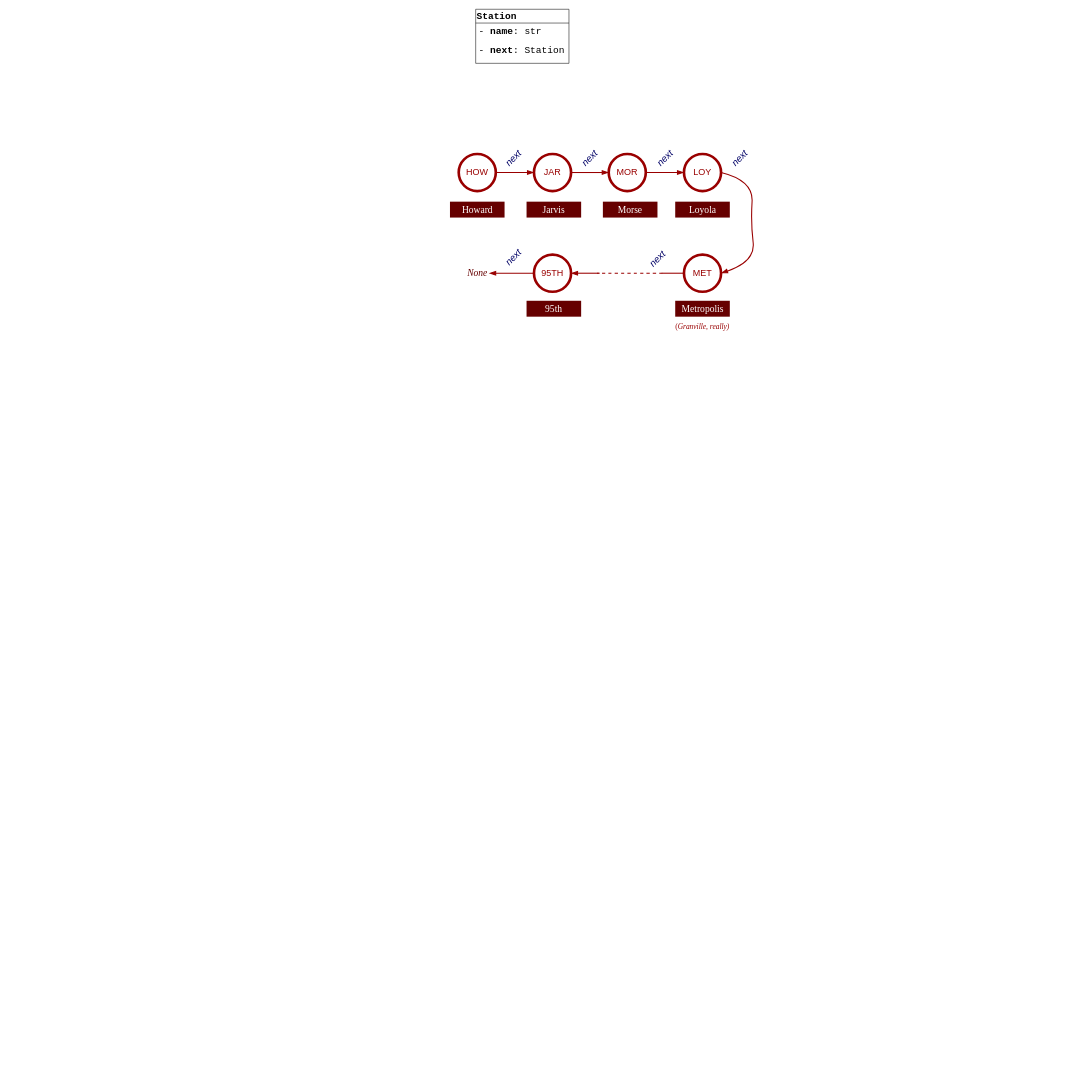
Before: data_structures/red_line_sb.drawio in lgreco/images, a draw.io diagram. Source tidied: cells renumbered, new cells numbered last; positions are measured from the earlier drawing's top-left corner, leaving out a move shared by most shapes. Both pictures are drawn from the tidied source at 53%, with x=0, y=0 at pixel (450, 9).
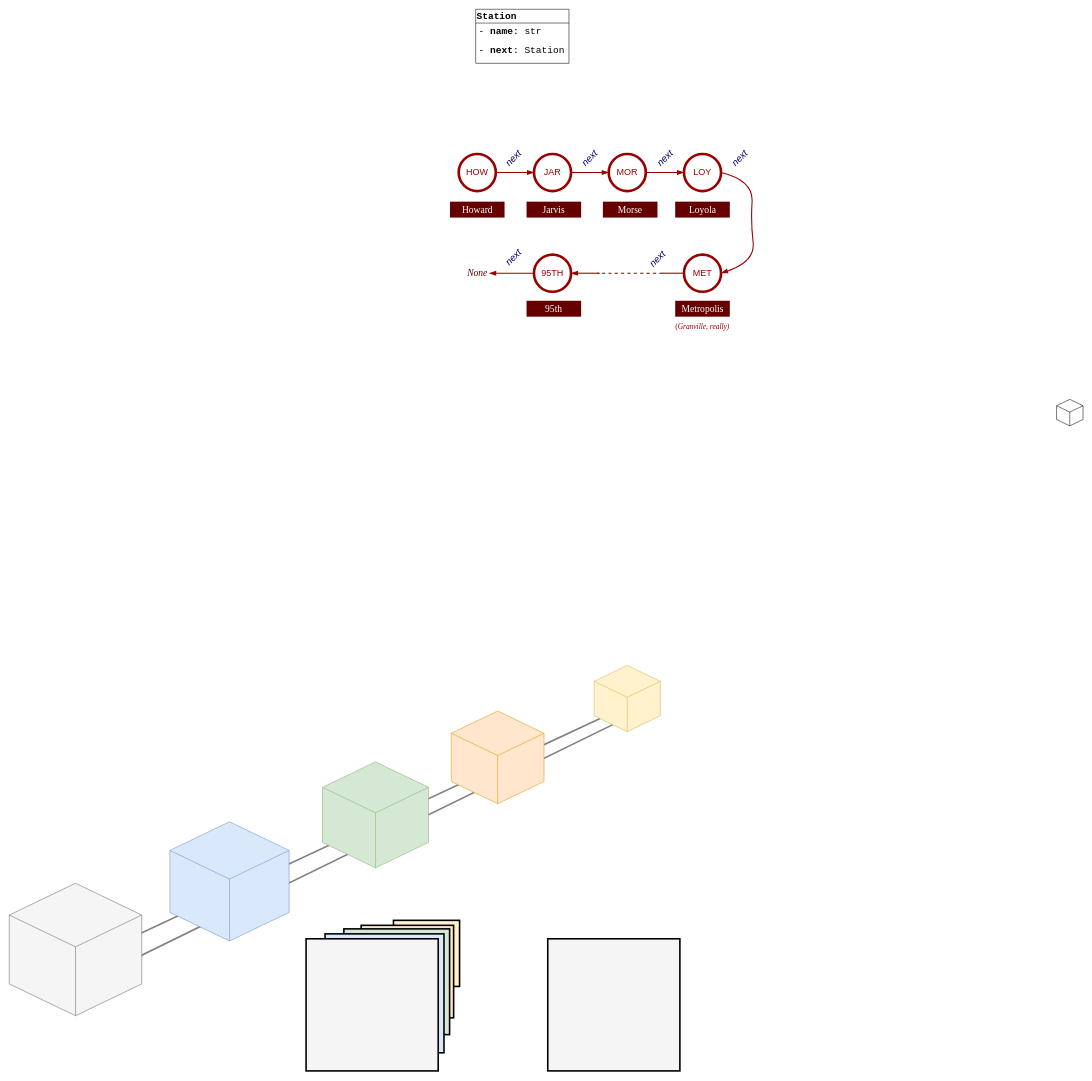
The same diagram, later.

What changed in the source:
```diff
@@
+    <mxCell id="34" style="endArrow=none;html=1;rounded=0;fontSize=12;startSize=8;endSize=8;curved=1;entryX=0.29;entryY=0.89;entryDx=0;entryDy=0;entryPerimeter=0;strokeWidth=3;strokeColor=#808080;exitX=0.29;exitY=0.89;exitDx=0;exitDy=0;exitPerimeter=0;" parent="1" edge="1" source="40" target="37">
+      <mxGeometry relative="1" as="geometry" />
+    </mxCell>
+    <mxCell id="35" style="endArrow=none;html=1;rounded=0;fontSize=12;startSize=8;endSize=8;curved=1;entryX=0.09;entryY=0.8;entryDx=0;entryDy=0;entryPerimeter=0;strokeWidth=3;strokeColor=#808080;exitX=0.09;exitY=0.8;exitDx=0;exitDy=0;exitPerimeter=0;" parent="1" edge="1" source="40" target="37">
+      <mxGeometry relative="1" as="geometry" />
+    </mxCell>
@@
+    <mxCell id="36" style="html=1;shape=mxgraph.basic.isocube;isoAngle=15;flipH=0;legacyAnchorPoints=0;" parent="1" vertex="1">
+      <mxGeometry x="1144" y="736" width="50" height="50" as="geometry" />
+    </mxCell>
+    <mxCell id="37" style="html=1;shape=mxgraph.basic.isocube;isoAngle=15;flipH=0;legacyAnchorPoints=0;points=[[0,0,0,0,36.0118138620174],[0,0,0,0,113.98818613798261],[0,0,0,150,36.0118138620174],[0,0,0,150,113.98818613798261],[0,0.5,0,0,0],[0.09,0.8,0,0,0],[0.29,0.89,0,0,0],[0.5,0,0,0,0],[0.5,1,0,0,0],[1,0.5,0,0,0]];fillColor=#fff2cc;strokeColor=#d6b656;" parent="1" vertex="1">
+      <mxGeometry x="271.5" y="1238" width="125" height="125" as="geometry" />
+    </mxCell>
+    <mxCell id="38" style="html=1;shape=mxgraph.basic.isocube;isoAngle=15;flipH=0;legacyAnchorPoints=0;fillColor=#d5e8d4;strokeColor=#82b366;" parent="1" vertex="1">
+      <mxGeometry x="-241" y="1420" width="200" height="200" as="geometry" />
+    </mxCell>
+    <mxCell id="39" style="html=1;shape=mxgraph.basic.isocube;isoAngle=15;flipH=0;legacyAnchorPoints=0;fillColor=#dae8fc;strokeColor=#6c8ebf;" parent="1" vertex="1">
+      <mxGeometry x="-529" y="1533" width="225" height="225" as="geometry" />
+    </mxCell>
+    <mxCell id="40" style="html=1;shape=mxgraph.basic.isocube;isoAngle=15;flipH=0;legacyAnchorPoints=0;points=[[0,0,0,0,36.0118138620174],[0,0,0,0,113.98818613798261],[0,0,0,150,36.0118138620174],[0,0,0,150,113.98818613798261],[0,0.5,0,0,0],[0.09,0.8,0,0,0],[0.29,0.89,0,0,0],[0.5,0,0,0,0],[0.5,1,0,0,0],[1,0.5,0,0,0]];fillColor=#f5f5f5;fontColor=#333333;strokeColor=#666666;" parent="1" vertex="1">
+      <mxGeometry x="-832" y="1649" width="250" height="250" as="geometry" />
+    </mxCell>
+    <mxCell id="41" style="html=1;shape=mxgraph.basic.isocube;isoAngle=15;flipH=0;legacyAnchorPoints=0;fillColor=#ffe6cc;strokeColor=#d79b00;" parent="1" vertex="1">
+      <mxGeometry x="2" y="1324" width="175" height="175" as="geometry" />
+    </mxCell>
+    <mxCell id="42" style="whiteSpace=wrap;html=1;fillColor=#fff2cc;strokeColor=#000000;strokeWidth=3;" parent="1" vertex="1">
+      <mxGeometry x="-107.1" y="1719" width="124.7" height="124.7" as="geometry" />
+    </mxCell>
+    <mxCell id="43" style="whiteSpace=wrap;html=1;fillColor=#ffe6cc;strokeColor=#000000;strokeWidth=3;" parent="1" vertex="1">
+      <mxGeometry x="-168.1" y="1728.4" width="174.5" height="174.5" as="geometry" />
+    </mxCell>
+    <mxCell id="44" style="whiteSpace=wrap;html=1;fillColor=#d5e8d4;strokeColor=#000000;strokeWidth=3;" parent="1" vertex="1">
+      <mxGeometry x="-200.7" y="1735.1" width="199.5" height="199.5" as="geometry" />
+    </mxCell>
+    <mxCell id="45" style="whiteSpace=wrap;html=1;fillColor=#dae8fc;strokeColor=#000000;strokeWidth=3;" parent="1" vertex="1">
+      <mxGeometry x="-236.2" y="1744.5" width="224.4" height="224.4" as="geometry" />
+    </mxCell>
+    <mxCell id="46" style="whiteSpace=wrap;html=1;fillColor=#f5f5f5;fontColor=#333333;strokeColor=#000000;strokeWidth=3;" parent="1" vertex="1">
+      <mxGeometry x="-272" y="1753.8" width="249.3" height="249.3" as="geometry" />
+    </mxCell>
+    <mxCell id="47" style="whiteSpace=wrap;html=1;fillColor=#f5f5f5;fontColor=#333333;strokeColor=#000000;strokeWidth=3;" parent="1" vertex="1">
+      <mxGeometry x="184" y="1753.8" width="249.3" height="249.3" as="geometry" />
+    </mxCell>
```
